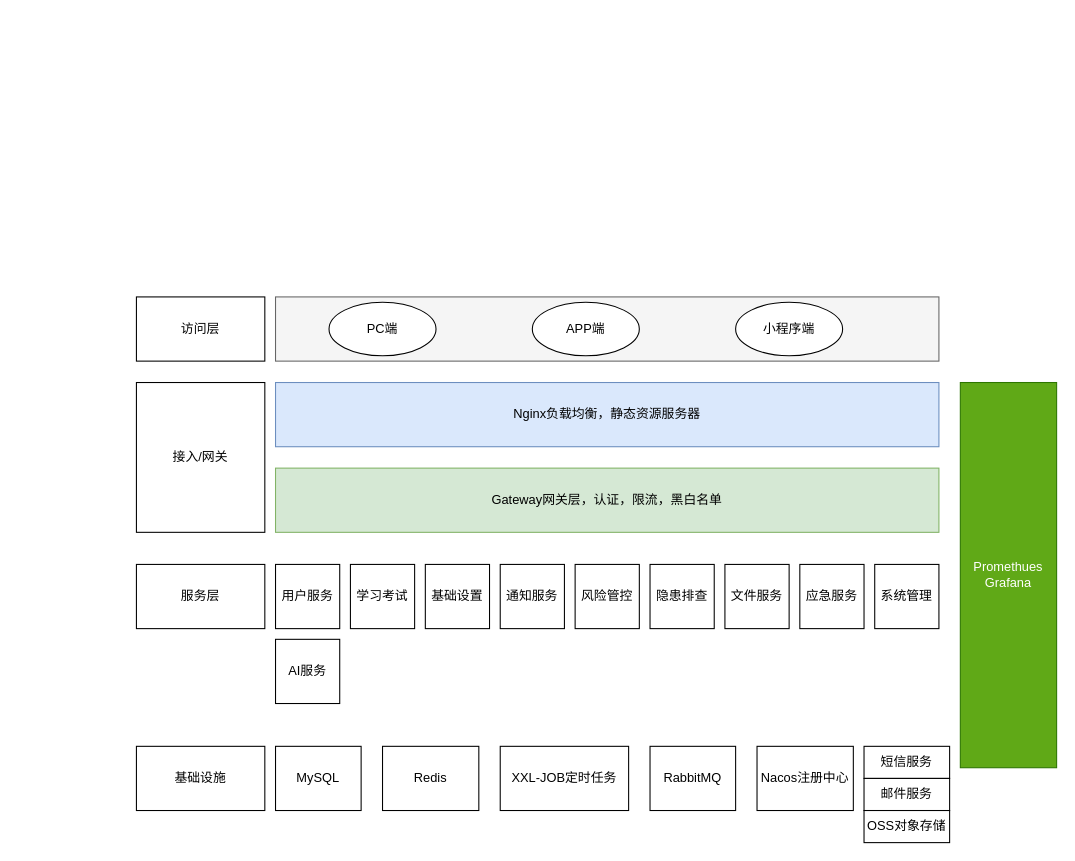
sooxen/drawio keeps this draw.io diagram as 安信链架构图.drawio. Above is the earlier version. Source tidied: cells renumbered, new cells numbered last; positions are measured from the earlier drawing's top-left corner, leaving out a move shared by most shapes. Both pictures are drawn from the tidied source at 107%, with x=0, y=0 at pixel (136, 296).
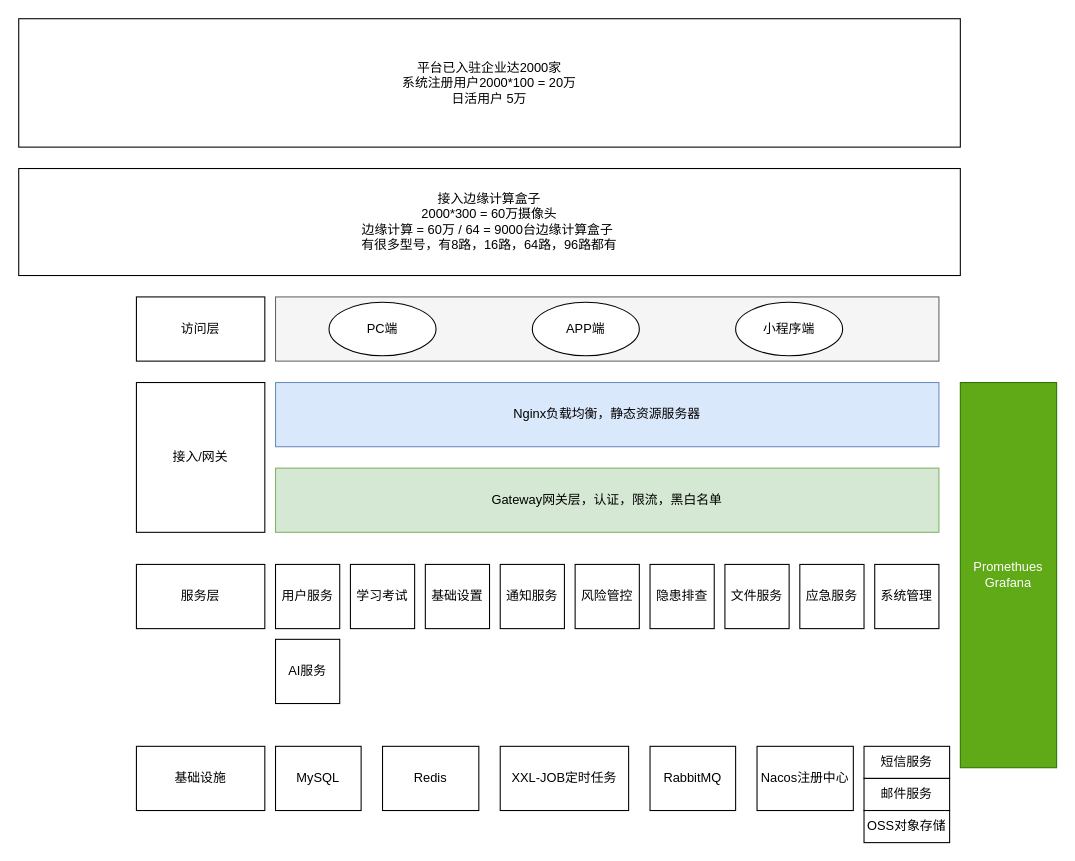
The same page after the edit.

Commit message:
更新安信链架构图.drawio

The edit, as a diff of the source:
```diff
@@
+    <mxCell id="31" value="平台已入驻企业达2000家&lt;br&gt;系统注册用户2000*100 = 20万&lt;div&gt;日活用户 5万&lt;br&gt;&lt;/div&gt;" style="rounded=0;whiteSpace=wrap;html=1;" parent="1" vertex="1">
+      <mxGeometry x="-110" y="-260" width="880" height="120" as="geometry" />
+    </mxCell>
+    <mxCell id="32" value="接入边缘计算盒子&lt;br&gt;2000*300 = 60万摄像头&lt;br&gt;边缘计算 = 60万 / 64 = 9000台边缘计算盒子&amp;nbsp;&lt;br&gt;&lt;div&gt;有很多型号，有8路，16路，64路，96路都有&lt;/div&gt;" style="rounded=0;whiteSpace=wrap;html=1;" parent="1" vertex="1">
+      <mxGeometry x="-110" y="-120" width="880" height="100" as="geometry" />
+    </mxCell>
```
